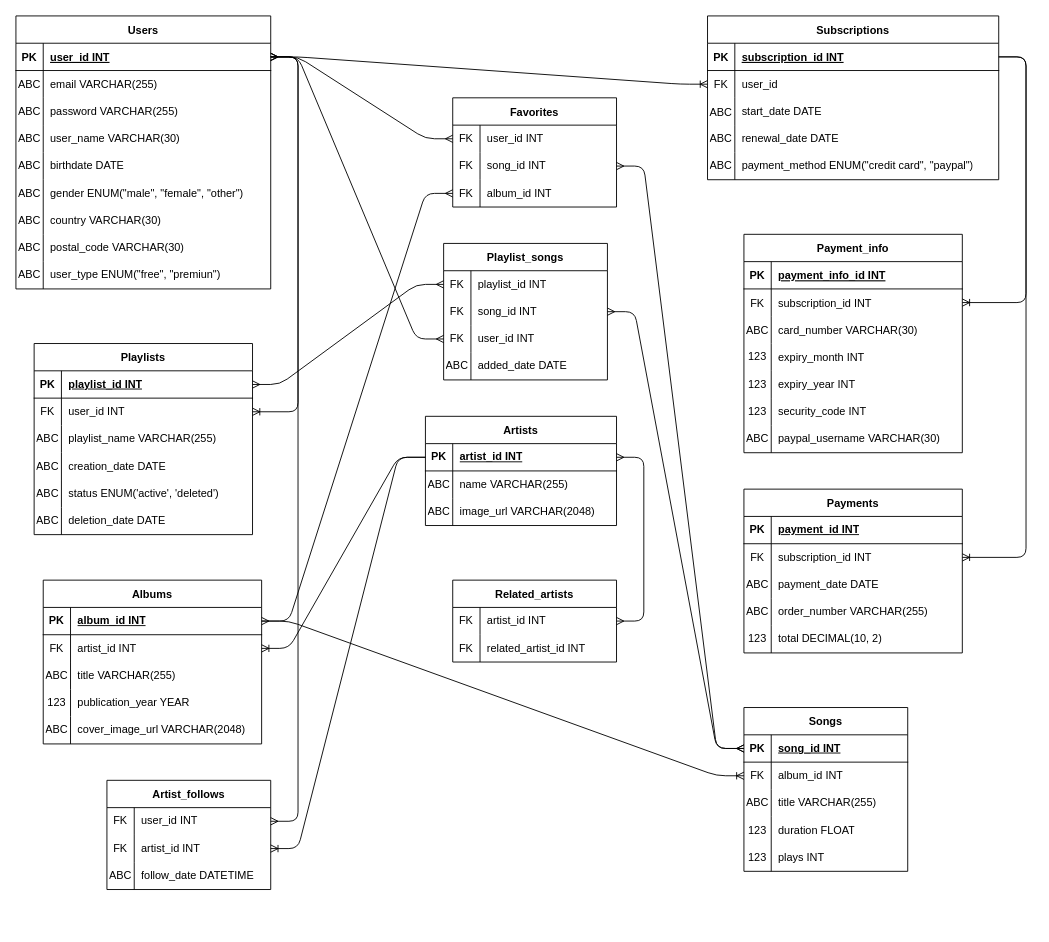
Above: 03-level-3/spotify/diagram/diagram.drawio in Fanur1991/IT-Academy-sprint_5-MySQL-MongoDB (draw.io), before the change. Source tidied: cells renumbered, new cells numbered last; positions are measured from the earlier drawing's top-left corner, leaving out a move shared by most shapes. Both pictures are drawn from the tidied source at 91%, with x=0, y=0 at pixel (15, 15).
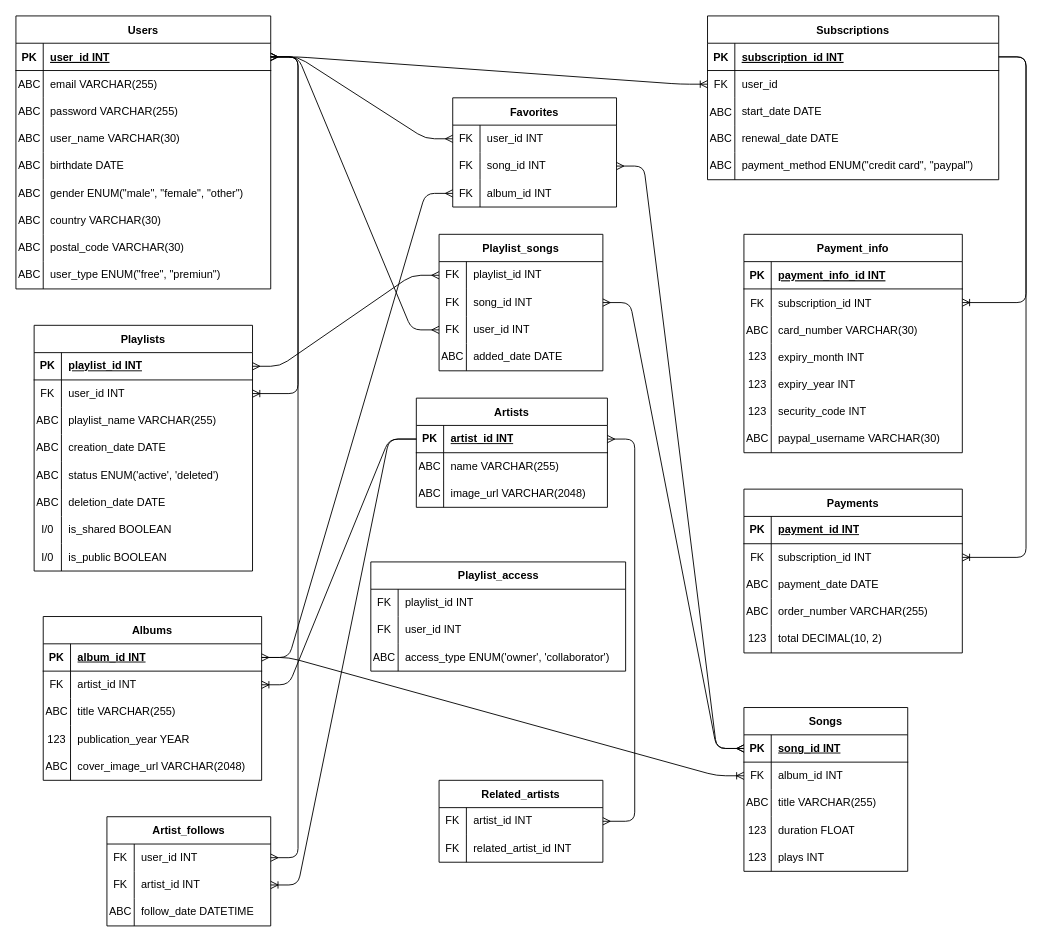
After the change.

The change refers to these unchanged cells:
```xml
<mxCell id="41" style="shape=partialRectangle;fillColor=none;points=[[0,0.5],[1,0.5]];portConstraint=eastwest;top=0;left=0;right=0;bottom=1;" parent="40" vertex="1">
  <mxGeometry y="30" width="280" height="30" as="geometry" />
</mxCell>
<mxCell id="149" style="shape=tableRow;horizontal=0;startSize=0;swimlaneHead=0;swimlaneBody=0;fillColor=none;points=[[0,0.5],[1,0.5]];portConstraint=eastwest;top=0;left=0;right=0;bottom=0;" parent="148" vertex="1">
  <mxGeometry y="30" width="180" height="30" as="geometry" />
</mxCell>
```

The edit, as a diff of the source:
```diff
@@
     <mxCell id="84" value="Playlists" style="shape=table;startSize=30;childLayout=tableLayout;rowLines=0;fontStyle=1;align=center;" parent="1" vertex="1">
-      <mxGeometry x="20" y="360" width="240" height="210" as="geometry" />
+      <mxGeometry x="20" y="340" width="240" height="270" as="geometry" />
     </mxCell>
@@
+    <mxCell id="200" style="shape=tableRow;horizontal=0;startSize=0;swimlaneHead=0;swimlaneBody=0;fillColor=none;top=0;left=0;right=0;bottom=0;" parent="84" vertex="1">
+      <mxGeometry y="210" width="240" height="30" as="geometry" />
+    </mxCell>
+    <mxCell id="201" value="I/0" style="shape=partialRectangle;fillColor=none;top=0;left=0;bottom=0;right=0;fontStyle=0;overflow=hidden;whiteSpace=wrap;html=1;" parent="200" vertex="1">
+      <mxGeometry width="30" height="30" as="geometry" />
+    </mxCell>
+    <mxCell id="202" value="is_shared BOOLEAN" style="shape=partialRectangle;fillColor=none;top=0;left=0;bottom=0;right=0;align=left;spacingLeft=6;fontStyle=0;overflow=hidden;whiteSpace=wrap;html=1;" parent="200" vertex="1">
+      <mxGeometry x="30" width="210" height="30" as="geometry" />
+    </mxCell>
+    <mxCell id="203" style="shape=tableRow;horizontal=0;startSize=0;swimlaneHead=0;swimlaneBody=0;fillColor=none;top=0;left=0;right=0;bottom=0;" parent="84" vertex="1">
+      <mxGeometry y="240" width="240" height="30" as="geometry" />
+    </mxCell>
+    <mxCell id="204" value="I/0" style="shape=partialRectangle;fillColor=none;top=0;left=0;bottom=0;right=0;fontStyle=0;overflow=hidden;whiteSpace=wrap;html=1;" parent="203" vertex="1">
+      <mxGeometry width="30" height="30" as="geometry" />
+    </mxCell>
+    <mxCell id="205" value="is_public BOOLEAN" style="shape=partialRectangle;fillColor=none;top=0;left=0;bottom=0;right=0;align=left;spacingLeft=6;fontStyle=0;overflow=hidden;whiteSpace=wrap;" parent="203" vertex="1">
+      <mxGeometry x="30" width="210" height="30" as="geometry" />
+    </mxCell>
@@
     <mxCell id="119" value="Albums" style="shape=table;startSize=30;childLayout=tableLayout;rowLines=0;fontStyle=1;align=center;" parent="1" vertex="1">
-      <mxGeometry x="30" y="620" width="240" height="180" as="geometry" />
+      <mxGeometry x="30" y="660" width="240" height="180" as="geometry" />
     </mxCell>
@@
     <mxCell id="135" value="Playlist_songs" style="shape=table;startSize=30;childLayout=tableLayout;rowLines=0;fontStyle=1;align=center;" parent="1" vertex="1">
-      <mxGeometry x="470" y="250" width="180" height="150" as="geometry" />
+      <mxGeometry x="465" y="240" width="180" height="150" as="geometry" />
     </mxCell>
@@
     <mxCell id="158" value="Artist_follows" style="shape=table;startSize=30;childLayout=tableLayout;rowLines=0;fontStyle=1;align=center;" parent="1" vertex="1">
-      <mxGeometry x="100" y="840" width="180" height="120" as="geometry" />
+      <mxGeometry x="100" y="880" width="180" height="120" as="geometry" />
     </mxCell>
@@
     <mxCell id="168" value="Related_artists" style="shape=table;startSize=30;childLayout=tableLayout;rowLines=0;fontStyle=1;align=center;" parent="1" vertex="1">
-      <mxGeometry x="480" y="620" width="180" height="90" as="geometry" />
+      <mxGeometry x="465" y="840" width="180" height="90" as="geometry" />
     </mxCell>
@@
     <mxCell id="175" value="Artists " style="shape=table;startSize=30;childLayout=tableLayout;rowLines=0;fontStyle=1;align=center;" parent="1" vertex="1">
-      <mxGeometry x="450" y="440" width="210" height="120" as="geometry" />
+      <mxGeometry x="440" y="420" width="210" height="120" as="geometry" />
     </mxCell>
@@
     <mxCell id="192" style="edgeStyle=entityRelationEdgeStyle;fontSize=12;html=1;endArrow=ERmany;startArrow=ERmany;rounded=1;curved=0;" parent="1" edge="1" source="149" target="41">
-      <mxGeometry relative="1" as="geometry" />
+      <mxGeometry relative="1" as="geometry">
+        <Array as="points">
+          <mxPoint x="370" y="110" />
+        </Array>
+      </mxGeometry>
     </mxCell>
@@
+    <mxCell id="206" value="Playlist_access" style="shape=table;startSize=30;childLayout=tableLayout;rowLines=0;fontStyle=1;align=center;html=1;" parent="1" vertex="1">
+      <mxGeometry x="390" y="600" width="280" height="120" as="geometry" />
+    </mxCell>
+    <mxCell id="207" style="shape=tableRow;horizontal=0;startSize=0;swimlaneHead=0;swimlaneBody=0;fillColor=none;top=0;left=0;right=0;bottom=0;" parent="206" vertex="1">
+      <mxGeometry y="30" width="280" height="30" as="geometry" />
+    </mxCell>
+    <mxCell id="208" value="FK" style="shape=partialRectangle;fillColor=none;top=0;left=0;bottom=0;right=0;overflow=hidden;whiteSpace=wrap;html=1;" parent="207" vertex="1">
+      <mxGeometry width="30" height="30" as="geometry" />
+    </mxCell>
+    <mxCell id="209" value="playlist_id INT" style="shape=partialRectangle;fillColor=none;top=0;left=0;bottom=0;right=0;align=left;spacingLeft=6;overflow=hidden;whiteSpace=wrap;" parent="207" vertex="1">
+      <mxGeometry x="30" width="250" height="30" as="geometry" />
+    </mxCell>
+    <mxCell id="210" style="shape=tableRow;horizontal=0;startSize=0;swimlaneHead=0;swimlaneBody=0;fillColor=none;top=0;left=0;right=0;bottom=0;" parent="206" vertex="1">
+      <mxGeometry y="60" width="280" height="30" as="geometry" />
+    </mxCell>
+    <mxCell id="211" value="FK" style="shape=partialRectangle;fillColor=none;top=0;left=0;bottom=0;right=0;overflow=hidden;whiteSpace=wrap;html=1;" parent="210" vertex="1">
+      <mxGeometry width="30" height="30" as="geometry" />
+    </mxCell>
+    <mxCell id="212" value="user_id INT" style="shape=partialRectangle;fillColor=none;top=0;left=0;bottom=0;right=0;align=left;spacingLeft=6;overflow=hidden;whiteSpace=wrap;html=1;" parent="210" vertex="1">
+      <mxGeometry x="30" width="250" height="30" as="geometry" />
+    </mxCell>
+    <mxCell id="213" style="shape=tableRow;horizontal=0;startSize=0;swimlaneHead=0;swimlaneBody=0;fillColor=none;top=0;left=0;right=0;bottom=0;" parent="206" vertex="1">
+      <mxGeometry y="90" width="280" height="30" as="geometry" />
+    </mxCell>
+    <mxCell id="214" value="ABC" style="shape=partialRectangle;fillColor=none;top=0;left=0;bottom=0;right=0;overflow=hidden;whiteSpace=wrap;html=1;" parent="213" vertex="1">
+      <mxGeometry width="30" height="30" as="geometry" />
+    </mxCell>
+    <mxCell id="215" value="access_type ENUM('owner', 'collaborator')" style="shape=partialRectangle;fillColor=none;top=0;left=0;bottom=0;right=0;align=left;spacingLeft=6;overflow=hidden;whiteSpace=wrap;" parent="213" vertex="1">
+      <mxGeometry x="30" width="250" height="30" as="geometry" />
+    </mxCell>
```
